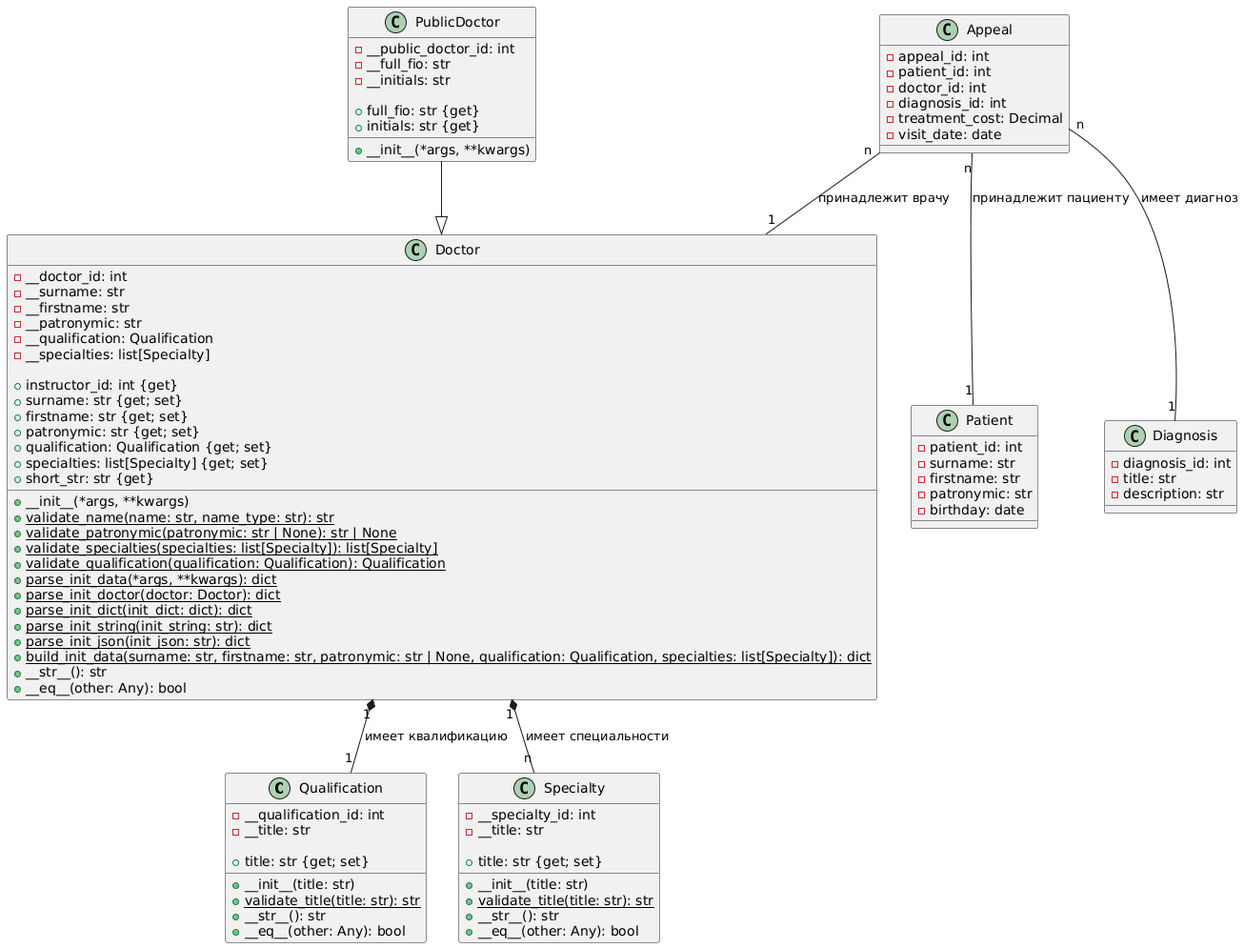
Earlier version of the PlantUML export Classes.png (RykunovaAnna/Paid-policlinic).
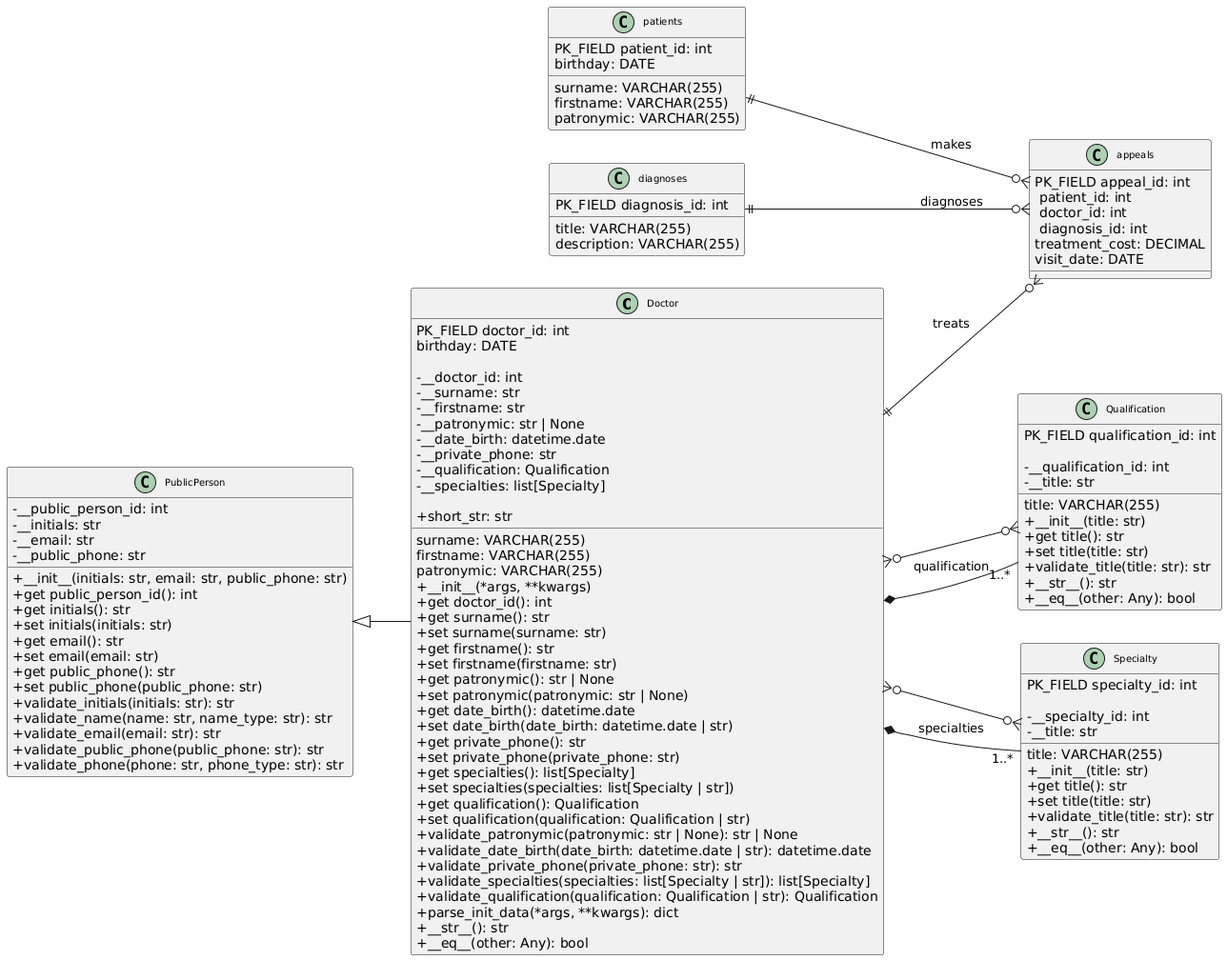
Later version of the same file.

Change to the diagram source:
```diff
@@ -1,94 +1,136 @@
 @startuml
-class Qualification {
-    - __qualification_id: int
-    - __title: str
+!define ENTITY class
+!define FK_FIELD <color:blue>{field}</color>
 
-    + __init__(title: str)
-    + title: str {get; set}
-    + validate_title(title: str): str {static}
-    + __str__(): str
-    + __eq__(other: Any): bool
+skinparam groupInheritance 2
+skinparam classAttributeIconSize 0
+skinparam classFontSize 10
+left to right direction
+
+ENTITY Doctor {
+  PK_FIELD doctor_id: int
+  surname: VARCHAR(255)
+  firstname: VARCHAR(255)
+  patronymic: VARCHAR(255)
+  birthday: DATE
+
+  - __doctor_id: int
+  - __surname: str
+  - __firstname: str
+  - __patronymic: str | None
+  - __date_birth: datetime.date
+  - __private_phone: str
+  - __qualification: Qualification
+  - __specialties: list[Specialty]
+
+  + __init__(*args, **kwargs)
+  + get doctor_id(): int
+  + get surname(): str
+  + set surname(surname: str)
+  + get firstname(): str
+  + set firstname(firstname: str)
+  + get patronymic(): str | None
+  + set patronymic(patronymic: str | None)
+  + get date_birth(): datetime.date
+  + set date_birth(date_birth: datetime.date | str)
+  + get private_phone(): str
+  + set private_phone(private_phone: str)
+  + get specialties(): list[Specialty]
+  + set specialties(specialties: list[Specialty | str])
+  + get qualification(): Qualification
+  + set qualification(qualification: Qualification | str)
+  + validate_patronymic(patronymic: str | None): str | None
+  + validate_date_birth(date_birth: datetime.date | str): datetime.date
+  + validate_private_phone(private_phone: str): str
+  + validate_specialties(specialties: list[Specialty | str]): list[Specialty]
+  + validate_qualification(qualification: Qualification | str): Qualification
+  + parse_init_data(*args, **kwargs): dict
+  + short_str: str
+  + __str__(): str
+  + __eq__(other: Any): bool
 }
 
-class Specialty {
-    - __specialty_id: int
-    - __title: str
+ENTITY Qualification {
+  PK_FIELD qualification_id: int
+  title: VARCHAR(255)
 
-    + __init__(title: str)
-    + title: str {get; set}
-    + validate_title(title: str): str {static}
-    + __str__(): str
-    + __eq__(other: Any): bool
+  - __qualification_id: int
+  - __title: str
+
+  + __init__(title: str)
+  + get title(): str
+  + set title(title: str)
+  + validate_title(title: str): str
+  + __str__(): str
+  + __eq__(other: Any): bool
 }
 
-class Doctor {
-    - __doctor_id: int
-    - __surname: str
-    - __firstname: str
-    - __patronymic: str
-    - __qualification: Qualification
-    - __specialties: list[Specialty]
+ENTITY Specialty {
+  PK_FIELD specialty_id: int
+  title: VARCHAR(255)
 
-    + __init__(*args, **kwargs)
-    + instructor_id: int {get}
-    + surname: str {get; set}
-    + firstname: str {get; set}
-    + patronymic: str {get; set}
-    + qualification: Qualification {get; set}
-    + specialties: list[Specialty] {get; set}
-    + validate_name(name: str, name_type: str): str {static}
-    + validate_patronymic(patronymic: str | None): str | None {static}
-    + validate_specialties(specialties: list[Specialty]): list[Specialty] {static}
-    + validate_qualification(qualification: Qualification): Qualification {static}
-    + parse_init_data(*args, **kwargs): dict {static}
-    + parse_init_doctor(doctor: Doctor): dict {static}
-    + parse_init_dict(init_dict: dict): dict {static}
-    + parse_init_string(init_string: str): dict {static}
-    + parse_init_json(init_json: str): dict {static}
-    + build_init_data(surname: str, firstname: str, patronymic: str | None, qualification: Qualification, specialties: list[Specialty]): dict {static}
-    + __str__(): str
-    + short_str: str {get}
-    + __eq__(other: Any): bool
+  - __specialty_id: int
+  - __title: str
+
+  + __init__(title: str)
+  + get title(): str
+  + set title(title: str)
+  + validate_title(title: str): str
+  + __str__(): str
+  + __eq__(other: Any): bool
 }
 
-class PublicDoctor {
-    - __public_doctor_id: int
-    - __full_fio: str
-    - __initials: str
-
-    + __init__(*args, **kwargs)
-    + full_fio: str {get}
-    + initials: str {get}
+ENTITY patients {
+  PK_FIELD patient_id: int
+  surname: VARCHAR(255)
+  firstname: VARCHAR(255)
+  patronymic: VARCHAR(255)
+  birthday: DATE
 }
 
-class Patient {
-    - patient_id: int
-    - surname: str
-    - firstname: str
-    - patronymic: str
-    - birthday: date
+ENTITY appeals {
+  PK_FIELD appeal_id: int
+  FK_FIELD patient_id: int
+  FK_FIELD doctor_id: int
+  FK_FIELD diagnosis_id: int
+  treatment_cost: DECIMAL
+  visit_date: DATE
 }
 
-class Appeal {
-    - appeal_id: int
-    - patient_id: int
-    - doctor_id: int
-    - diagnosis_id: int
-    - treatment_cost: Decimal
-    - visit_date: date
+ENTITY diagnoses {
+  PK_FIELD diagnosis_id: int
+  title: VARCHAR(255)
+  description: VARCHAR(255)
 }
 
-class Diagnosis {
-    - diagnosis_id: int
-    - title: str
-    - description: str
+class PublicPerson {
+  - __public_person_id: int
+  - __initials: str
+  - __email: str
+  - __public_phone: str
+
+  + __init__(initials: str, email: str, public_phone: str)
+  + get public_person_id(): int
+  + get initials(): str
+  + set initials(initials: str)
+  + get email(): str
+  + set email(email: str)
+  + get public_phone(): str
+  + set public_phone(public_phone: str)
+  + validate_initials(initials: str): str
+  + validate_name(name: str, name_type: str): str
+  + validate_email(email: str): str
+  + validate_public_phone(public_phone: str): str
+  + validate_phone(phone: str, phone_type: str): str
 }
 
-PublicDoctor --|> Doctor
+Doctor ||--o{ appeals : "treats"
+patients ||--o{ appeals : "makes"
+diagnoses ||--o{ appeals : "diagnoses"
+Doctor }o--o{ Specialty
+Doctor }o--o{ Qualification
 
-Doctor "1" *-- "1" Qualification : имеет квалификацию
-Doctor "1" *-- "n" Specialty : имеет специальности
-Appeal "n" -- "1" Patient : принадлежит пациенту
-Appeal "n" -- "1" Doctor : принадлежит врачу
-Appeal "n" -- "1" Diagnosis : имеет диагноз
+PublicPerson <|-- Doctor
+Doctor *-- "1..*" Qualification : qualification
+Doctor *-- "1..*" Specialty : specialties
 @enduml
```
